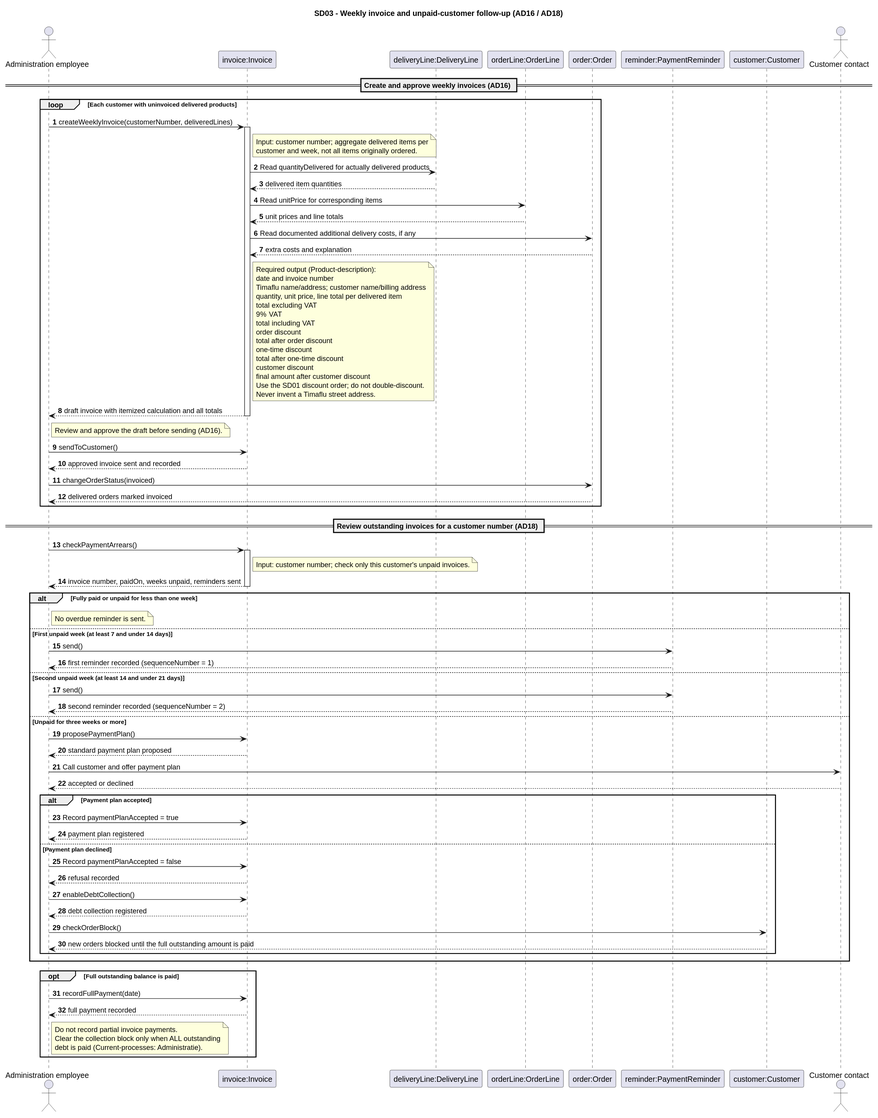
This is Documentation/Architecture/uml/export/sequence_diagrams/SD03_KlantHeeftNietBetaald.svg from ViktorQorri/Project-Timaflu, a PlantUML export, as it was before one commit.
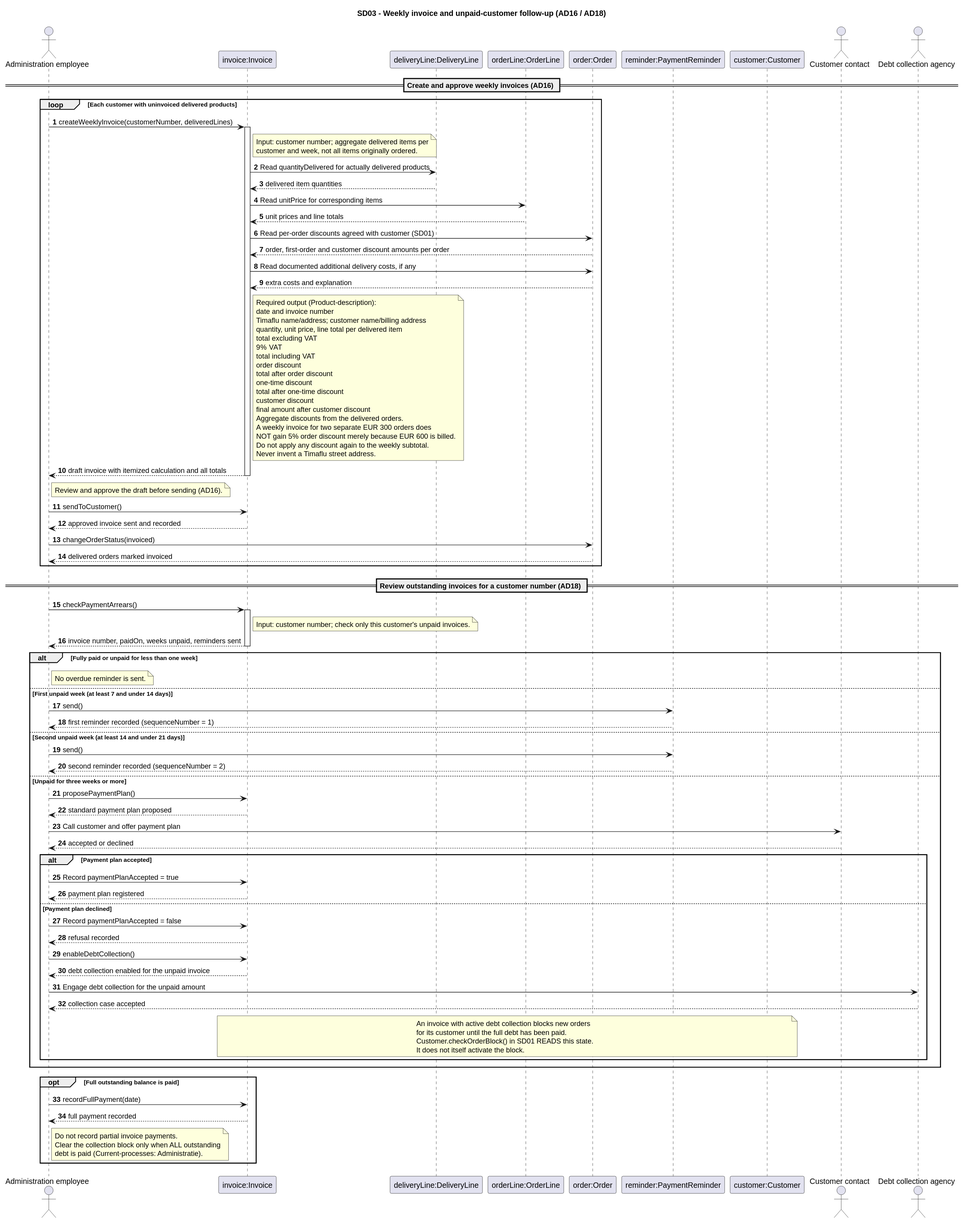
After the change.

Diff of the diagram source:
```diff
@@ -10,6 +10,7 @@
 participant "reminder:PaymentReminder" as Reminder
 participant "customer:Customer" as Customer
 actor "Customer contact" as Contact
+actor "Debt collection agency" as Agency
 
 == Create and approve weekly invoices (AD16) ==
 loop Each customer with uninvoiced delivered products
@@ -23,6 +24,8 @@
   DeliveryLine --> Invoice: delivered item quantities
   Invoice -> OrderLine: Read unitPrice for corresponding items
   OrderLine --> Invoice: unit prices and line totals
+  Invoice -> Order: Read per-order discounts agreed with customer (SD01)
+  Order --> Invoice: order, first-order and customer discount amounts per order
   Invoice -> Order: Read documented additional delivery costs, if any
   Order --> Invoice: extra costs and explanation
   note right of Invoice
@@ -39,7 +42,10 @@
     total after one-time discount
     customer discount
     final amount after customer discount
-    Use the SD01 discount order; do not double-discount.
+    Aggregate discounts from the delivered orders.
+    A weekly invoice for two separate EUR 300 orders does
+    NOT gain 5% order discount merely because EUR 600 is billed.
+    Do not apply any discount again to the weekly subtotal.
     Never invent a Timaflu street address.
   end note
   Invoice --> Admin: draft invoice with itemized calculation and all totals
@@ -78,9 +84,15 @@
     Admin -> Invoice: Record paymentPlanAccepted = false
     Invoice --> Admin: refusal recorded
     Admin -> Invoice: enableDebtCollection()
-    Invoice --> Admin: debt collection registered
-    Admin -> Customer: checkOrderBlock()
-    Customer --> Admin: new orders blocked until the full outstanding amount is paid
+    Invoice --> Admin: debt collection enabled for the unpaid invoice
+    Admin -> Agency: Engage debt collection for the unpaid amount
+    Agency --> Admin: collection case accepted
+    note over Invoice, Customer
+      An invoice with active debt collection blocks new orders
+      for its customer until the full debt has been paid.
+      Customer.checkOrderBlock() in SD01 READS this state.
+      It does not itself activate the block.
+    end note
   end
 end
 
```
